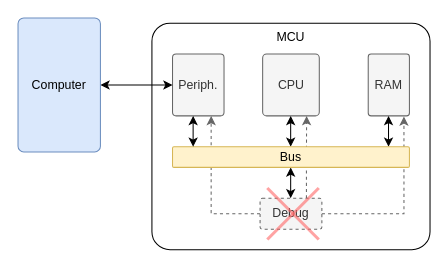
This is draw.io/instrumentation_debugging.drawio from scrutinydebugger/scrutiny-devtools, a draw.io file, before an edit. Source tidied: cells renumbered, new cells numbered last; positions are measured from the earlier drawing's top-left corner, leaving out a move shared by most shapes. Both pictures are drawn from the tidied source at 103%, with x=0, y=0 at pixel (18, 18).
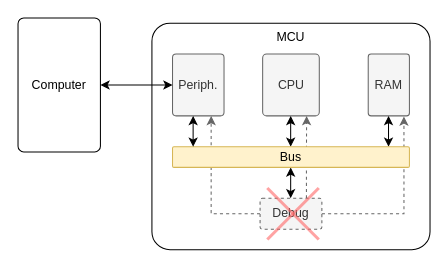
The same page after the edit.

What changed in the source:
```diff
@@
-    <mxCell id="16" value="Computer" style="rounded=1;whiteSpace=wrap;html=1;arcSize=7;fillColor=#dae8fc;strokeColor=#6c8ebf;" parent="1" vertex="1">
+    <mxCell id="16" value="Computer" style="rounded=1;whiteSpace=wrap;html=1;arcSize=7;" parent="1" vertex="1">
       <mxGeometry width="80" height="130" as="geometry" />
     </mxCell>
```
